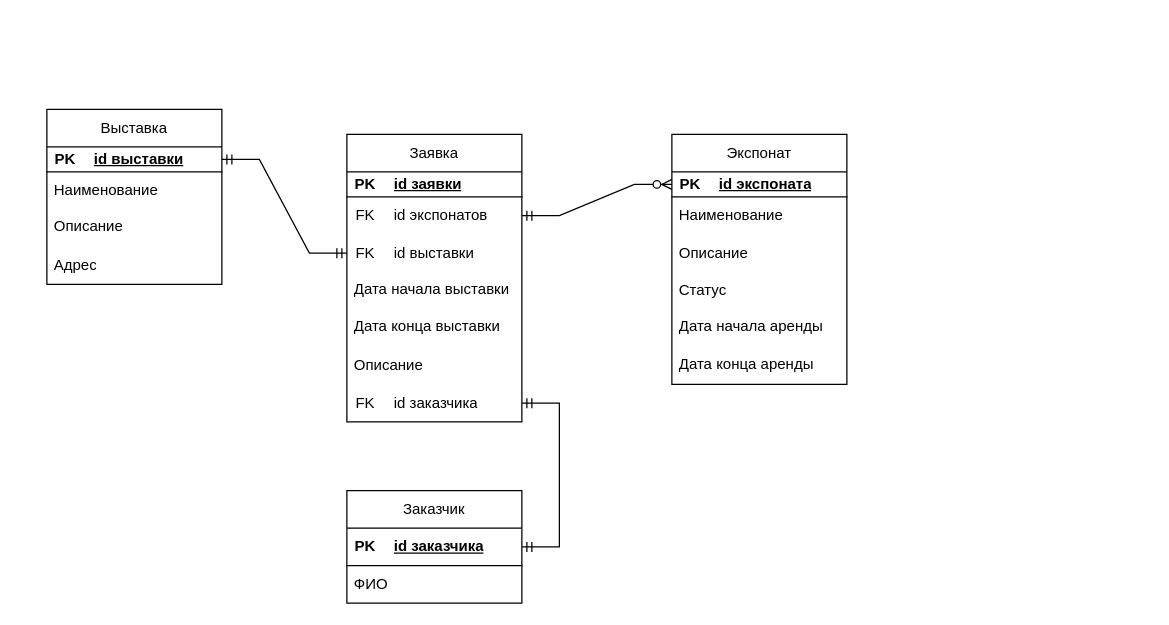
The draw.io diagram Музей.drawio in Shalapai2009/Project, before the edit. Source tidied: cells renumbered, new cells numbered last; positions are measured from the earlier drawing's top-left corner, leaving out a move shared by most shapes. Both pictures are drawn from the tidied source at 125%, with x=0, y=0 at pixel (46, 109).
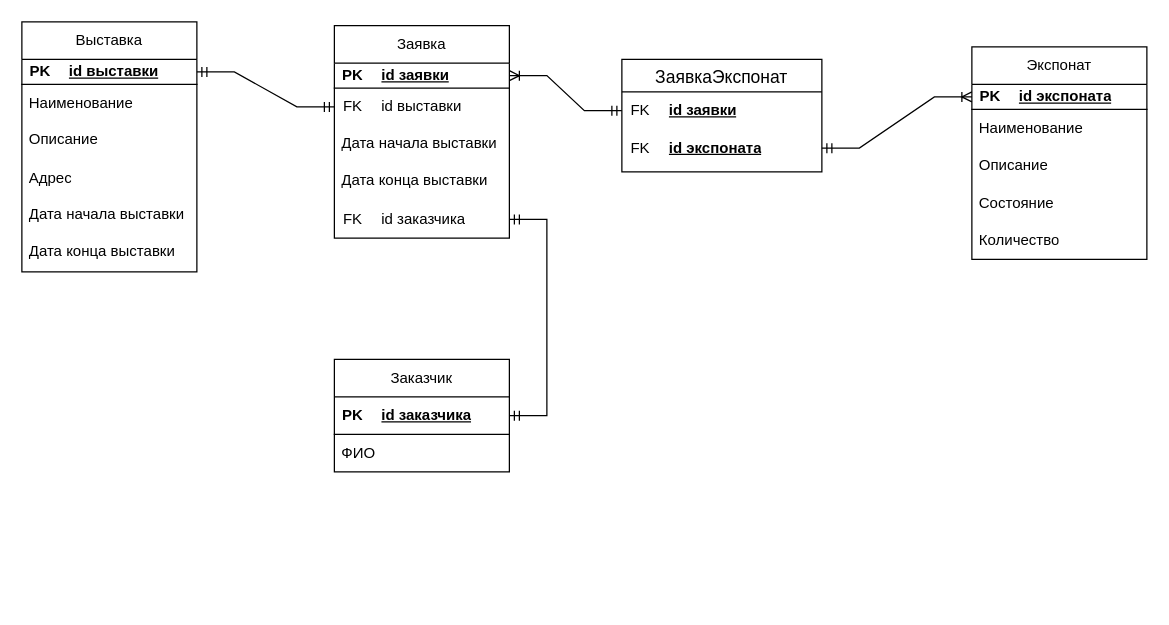
After the change.

Unchanged cells that the change refers to:
```xml
<mxCell id="4" style="shape=tableRow;horizontal=0;startSize=0;swimlaneHead=0;swimlaneBody=0;fillColor=none;points=[[0,0.5],[1,0.5]];portConstraint=eastwest;top=0;left=0;right=0;bottom=1;" parent="3" vertex="1">
  <mxGeometry width="140" height="20" as="geometry" />
</mxCell>
<mxCell id="14" style="shape=tableRow;horizontal=0;startSize=0;swimlaneHead=0;swimlaneBody=0;fillColor=none;points=[[0,0.5],[1,0.5]];portConstraint=eastwest;top=0;left=0;right=0;bottom=1;" parent="13" vertex="1">
  <mxGeometry width="140" height="20" as="geometry" />
</mxCell>
<mxCell id="28" style="shape=tableRow;horizontal=0;startSize=0;swimlaneHead=0;swimlaneBody=0;fillColor=none;points=[[0,0.5],[1,0.5]];portConstraint=eastwest;top=0;left=0;right=0;bottom=1;" parent="27" vertex="1">
  <mxGeometry width="140" height="20" as="geometry" />
</mxCell>
```

Diff of the diagram source:
```diff
@@
     <mxCell id="2" value="Экспонат" style="swimlane;fontStyle=0;horizontal=1;startSize=30;whiteSpace=wrap;html=1;" parent="1" vertex="1">
-      <mxGeometry x="500" y="20" width="140" height="200" as="geometry" />
+      <mxGeometry x="740" y="-50" width="140" height="170" as="geometry" />
     </mxCell>
@@
+    <mxCell id="48" value="Состояние" style="text;strokeColor=none;fillColor=none;align=left;verticalAlign=middle;spacingLeft=4;spacingRight=4;overflow=hidden;whiteSpace=wrap;html=1;" parent="2" vertex="1">
+      <mxGeometry y="110" width="140" height="30" as="geometry" />
+    </mxCell>
-    <mxCell id="9" value="Статус" style="text;strokeColor=none;fillColor=none;align=left;verticalAlign=middle;spacingLeft=4;spacingRight=4;overflow=hidden;whiteSpace=wrap;html=1;" parent="2" vertex="1">
-      <mxGeometry y="110" width="140" height="30" as="geometry" />
+    <mxCell id="9" value="Количество" style="text;strokeColor=none;fillColor=none;align=left;verticalAlign=middle;spacingLeft=4;spacingRight=4;overflow=hidden;whiteSpace=wrap;html=1;" parent="2" vertex="1">
+      <mxGeometry y="140" width="140" height="30" as="geometry" />
     </mxCell>
-    <mxCell id="10" value="Дата начала аренды" style="text;strokeColor=none;fillColor=none;spacingLeft=4;spacingRight=4;overflow=hidden;fontSize=12;whiteSpace=wrap;html=1;" parent="2" vertex="1">
-      <mxGeometry y="140" width="140" height="30" as="geometry" />
-    </mxCell>
-    <mxCell id="11" value="Дата конца аренды" style="text;strokeColor=none;fillColor=none;spacingLeft=4;spacingRight=4;overflow=hidden;fontSize=12;whiteSpace=wrap;html=1;" parent="2" vertex="1">
-      <mxGeometry y="170" width="140" height="30" as="geometry" />
-    </mxCell>
     <mxCell id="12" value="Выставка" style="swimlane;fontStyle=0;horizontal=1;startSize=30;whiteSpace=wrap;html=1;" parent="1" vertex="1">
-      <mxGeometry width="140" height="140" as="geometry" />
+      <mxGeometry x="-20" y="-70" width="140" height="200" as="geometry" />
     </mxCell>
@@
+    <mxCell id="49" value="Дата начала выставки" style="text;strokeColor=none;fillColor=none;spacingLeft=4;spacingRight=4;overflow=hidden;fontSize=12;whiteSpace=wrap;html=1;" parent="12" vertex="1">
+      <mxGeometry y="140" width="140" height="30" as="geometry" />
+    </mxCell>
+    <mxCell id="50" value="Дата конца выставки" style="text;strokeColor=none;fillColor=none;spacingLeft=4;spacingRight=4;overflow=hidden;fontSize=12;whiteSpace=wrap;html=1;" parent="12" vertex="1">
+      <mxGeometry y="170" width="140" height="30" as="geometry" />
+    </mxCell>
     <mxCell id="20" value="Заказчик" style="swimlane;fontStyle=0;horizontal=1;startSize=30;whiteSpace=wrap;html=1;" parent="1" vertex="1">
-      <mxGeometry x="240" y="305" width="140" height="90" as="geometry" />
+      <mxGeometry x="230" y="200" width="140" height="90" as="geometry" />
     </mxCell>
@@
     <mxCell id="26" value="Заявка" style="swimlane;fontStyle=0;horizontal=1;startSize=30;whiteSpace=wrap;html=1;" parent="1" vertex="1">
-      <mxGeometry x="240" y="20" width="140" height="230" as="geometry" />
+      <mxGeometry x="230" y="-67" width="140" height="170" as="geometry" />
     </mxCell>
@@
-    <mxCell id="31" style="shape=table;startSize=0;childLayout=tableLayout;rowLines=0;fontStyle=0;align=center;strokeColor=none;fillColor=none;" parent="26" vertex="1">
-      <mxGeometry y="50" width="140" height="60" as="geometry" />
-    </mxCell>
+    <mxCell id="51" style="shape=table;startSize=0;childLayout=tableLayout;rowLines=0;fontStyle=0;align=center;strokeColor=none;fillColor=none;" parent="26" vertex="1">
+      <mxGeometry y="50" width="140" height="30" as="geometry" />
+    </mxCell>
-    <mxCell id="32" style="shape=tableRow;horizontal=0;startSize=0;swimlaneHead=0;swimlaneBody=0;fillColor=none;points=[[0,0.5],[1,0.5]];portConstraint=eastwest;top=0;left=0;right=0;bottom=0;" parent="31" vertex="1">
+    <mxCell id="32" style="shape=tableRow;horizontal=0;startSize=0;swimlaneHead=0;swimlaneBody=0;fillColor=none;points=[[0,0.5],[1,0.5]];portConstraint=eastwest;top=0;left=0;right=0;bottom=0;" parent="51" vertex="1">
       <mxGeometry width="140" height="30" as="geometry" />
     </mxCell>
-    <mxCell id="33" value="FK" style="shape=partialRectangle;fillColor=none;top=0;left=0;bottom=0;right=0;fontStyle=0;overflow=hidden;whiteSpace=wrap;html=1;" parent="32" vertex="1">
-      <mxGeometry width="30" height="30" as="geometry" />
-    </mxCell>
-    <mxCell id="34" value="id экспонатов" style="shape=partialRectangle;fillColor=none;top=0;left=0;bottom=0;right=0;align=left;spacingLeft=6;fontStyle=0;overflow=hidden;whiteSpace=wrap;html=1;" parent="32" vertex="1">
-      <mxGeometry x="30" width="110" height="30" as="geometry" />
-    </mxCell>
-    <mxCell id="35" style="shape=tableRow;horizontal=0;startSize=0;swimlaneHead=0;swimlaneBody=0;fillColor=none;points=[[0,0.5],[1,0.5]];portConstraint=eastwest;top=0;left=0;right=0;bottom=0;" parent="31" vertex="1">
-      <mxGeometry y="30" width="140" height="30" as="geometry" />
-    </mxCell>
-    <mxCell id="36" value="FK" style="shape=partialRectangle;fillColor=none;top=0;left=0;bottom=0;right=0;fontStyle=0;overflow=hidden;whiteSpace=wrap;html=1;" parent="35" vertex="1">
-      <mxGeometry width="30" height="30" as="geometry" />
-    </mxCell>
+    <mxCell id="52" value="FK" style="shape=partialRectangle;fillColor=none;top=0;left=0;bottom=0;right=0;fontStyle=0;overflow=hidden;whiteSpace=wrap;html=1;" parent="32" vertex="1">
+      <mxGeometry width="30" height="30" as="geometry" />
+    </mxCell>
-    <mxCell id="37" value="id выставки" style="shape=partialRectangle;fillColor=none;top=0;left=0;bottom=0;right=0;align=left;spacingLeft=6;fontStyle=0;overflow=hidden;whiteSpace=wrap;html=1;" parent="35" vertex="1">
+    <mxCell id="37" value="id выставки" style="shape=partialRectangle;fillColor=none;top=0;left=0;bottom=0;right=0;align=left;spacingLeft=6;fontStyle=0;overflow=hidden;whiteSpace=wrap;html=1;" parent="32" vertex="1">
       <mxGeometry x="30" width="110" height="30" as="geometry" />
     </mxCell>
     <mxCell id="38" value="Дата начала выставки" style="text;strokeColor=none;fillColor=none;spacingLeft=4;spacingRight=4;overflow=hidden;fontSize=12;whiteSpace=wrap;html=1;" parent="26" vertex="1">
-      <mxGeometry y="110" width="140" height="30" as="geometry" />
+      <mxGeometry y="80" width="140" height="30" as="geometry" />
     </mxCell>
     <mxCell id="39" value="Дата конца выставки" style="text;strokeColor=none;fillColor=none;spacingLeft=4;spacingRight=4;overflow=hidden;fontSize=12;whiteSpace=wrap;html=1;" parent="26" vertex="1">
-      <mxGeometry y="140" width="140" height="30" as="geometry" />
+      <mxGeometry y="110" width="140" height="30" as="geometry" />
     </mxCell>
-    <mxCell id="40" value="Описание" style="text;strokeColor=none;fillColor=none;align=left;verticalAlign=middle;spacingLeft=4;spacingRight=4;overflow=hidden;whiteSpace=wrap;html=1;" parent="26" vertex="1">
-      <mxGeometry y="170" width="140" height="30" as="geometry" />
-    </mxCell>
     <mxCell id="41" style="shape=table;startSize=0;childLayout=tableLayout;rowLines=0;fontStyle=0;align=center;strokeColor=none;fillColor=none;" parent="26" vertex="1">
-      <mxGeometry y="200" width="140" height="30" as="geometry" />
+      <mxGeometry y="140" width="140" height="30" as="geometry" />
     </mxCell>
@@
-    <mxCell id="45" style="edgeStyle=entityRelationEdgeStyle;fontSize=12;html=1;endArrow=ERzeroToMany;startArrow=ERmandOne;rounded=0;entryX=0;entryY=0.5;entryDx=0;entryDy=0;exitX=1;exitY=0.5;exitDx=0;exitDy=0;" parent="1" edge="1" source="32" target="4">
-      <mxGeometry relative="1" as="geometry">
-        <Array as="points">
-          <mxPoint x="530" y="60" />
-          <mxPoint x="510" y="90" />
-        </Array>
-      </mxGeometry>
-    </mxCell>
-    <mxCell id="46" style="edgeStyle=entityRelationEdgeStyle;fontSize=12;html=1;endArrow=ERmandOne;startArrow=ERmandOne;rounded=0;entryX=0;entryY=0.5;entryDx=0;entryDy=0;exitX=1;exitY=0.5;exitDx=0;exitDy=0;" parent="1" edge="1" source="14" target="35">
-      <mxGeometry relative="1" as="geometry" />
+    <mxCell id="46" style="edgeStyle=entityRelationEdgeStyle;fontSize=12;html=1;endArrow=ERmandOne;startArrow=ERmandOne;rounded=0;entryX=0;entryY=0.5;entryDx=0;entryDy=0;exitX=1;exitY=0.5;exitDx=0;exitDy=0;" parent="1" edge="1" source="14" target="32">
+      <mxGeometry relative="1" as="geometry">
+        <Array as="points">
+          <mxPoint x="430" y="-95" />
+        </Array>
+      </mxGeometry>
     </mxCell>
@@
+    <mxCell id="53" value="ЗаявкаЭкспонат" style="swimlane;fontStyle=0;horizontal=1;startSize=26;align=center;fontSize=14;" parent="1" vertex="1">
+      <mxGeometry x="460" y="-40" width="160" height="90" as="geometry" />
+    </mxCell>
+    <mxCell id="54" style="shape=table;startSize=0;childLayout=tableLayout;rowLines=0;fontStyle=0;align=center;strokeColor=none;fillColor=none;" parent="53" vertex="1">
+      <mxGeometry y="26" width="160" height="64" as="geometry" />
+    </mxCell>
+    <mxCell id="55" style="shape=tableRow;horizontal=0;startSize=0;swimlaneHead=0;swimlaneBody=0;fillColor=none;points=[[0,0.5],[1,0.5]];portConstraint=eastwest;top=0;left=0;right=0;bottom=0;" parent="54" vertex="1">
+      <mxGeometry width="160" height="30" as="geometry" />
+    </mxCell>
+    <mxCell id="56" value="FK" style="shape=partialRectangle;fillColor=none;top=0;left=0;bottom=0;right=0;fontStyle=0;overflow=hidden;whiteSpace=wrap;html=1;" parent="55" vertex="1">
+      <mxGeometry width="30" height="30" as="geometry" />
+    </mxCell>
+    <mxCell id="57" value="&lt;span style=&quot;font-weight: 700; text-decoration-line: underline;&quot;&gt;id заявки&lt;/span&gt;" style="shape=partialRectangle;fillColor=none;top=0;left=0;bottom=0;right=0;align=left;spacingLeft=6;fontStyle=0;overflow=hidden;whiteSpace=wrap;html=1;" parent="55" vertex="1">
+      <mxGeometry x="30" width="130" height="30" as="geometry" />
+    </mxCell>
+    <mxCell id="58" style="shape=tableRow;horizontal=0;startSize=0;swimlaneHead=0;swimlaneBody=0;fillColor=none;points=[[0,0.5],[1,0.5]];portConstraint=eastwest;top=0;left=0;right=0;bottom=0;" parent="54" vertex="1">
+      <mxGeometry y="30" width="160" height="30" as="geometry" />
+    </mxCell>
+    <mxCell id="59" value="FK" style="shape=partialRectangle;fillColor=none;top=0;left=0;bottom=0;right=0;fontStyle=0;overflow=hidden;whiteSpace=wrap;html=1;" parent="58" vertex="1">
+      <mxGeometry width="30" height="30" as="geometry" />
+    </mxCell>
+    <mxCell id="60" value="&lt;span style=&quot;font-weight: 700; text-decoration-line: underline;&quot;&gt;id экспоната&lt;/span&gt;" style="shape=partialRectangle;fillColor=none;top=0;left=0;bottom=0;right=0;align=left;spacingLeft=6;fontStyle=0;overflow=hidden;whiteSpace=wrap;html=1;" parent="58" vertex="1">
+      <mxGeometry x="30" width="130" height="30" as="geometry" />
+    </mxCell>
+    <mxCell id="61" style="edgeStyle=entityRelationEdgeStyle;fontSize=12;html=1;endArrow=ERoneToMany;startArrow=ERmandOne;rounded=0;exitX=1;exitY=0.5;exitDx=0;exitDy=0;entryX=0;entryY=0.5;entryDx=0;entryDy=0;" parent="1" edge="1" source="58" target="4">
+      <mxGeometry relative="1" as="geometry">
+        <Array as="points">
+          <mxPoint x="740" y="-50" />
+        </Array>
+      </mxGeometry>
+    </mxCell>
+    <mxCell id="62" style="edgeStyle=entityRelationEdgeStyle;fontSize=12;html=1;endArrow=ERoneToMany;startArrow=ERmandOne;rounded=0;exitX=0;exitY=0.5;exitDx=0;exitDy=0;entryX=1;entryY=0.5;entryDx=0;entryDy=0;" parent="1" edge="1" source="55" target="28">
+      <mxGeometry relative="1" as="geometry">
+        <Array as="points">
+          <mxPoint x="750" y="-40" />
+        </Array>
+      </mxGeometry>
+    </mxCell>
```
